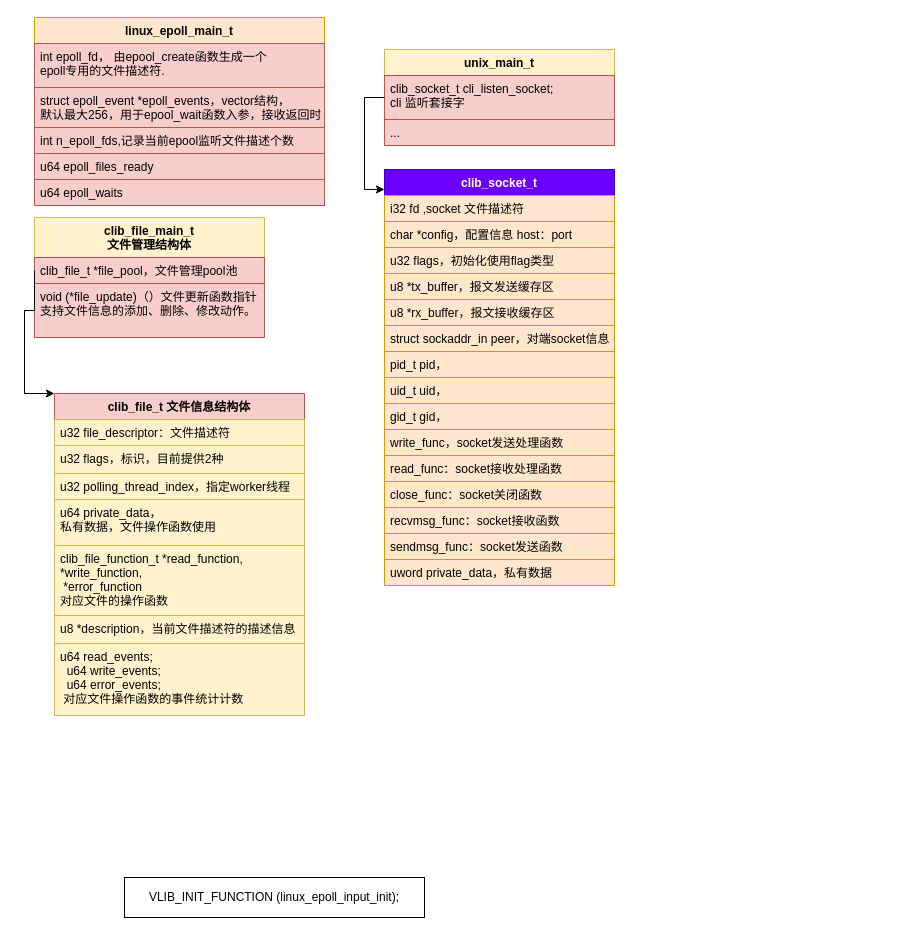
This is new_map/vppinfra_socket.drawio from jin13417/dpdk-vpp-learning, a draw.io file, before an edit. Source tidied: cells renumbered, new cells numbered last; positions are measured from the earlier drawing's top-left corner, leaving out a move shared by most shapes. Both pictures are drawn from the tidied source at 100%, with x=0, y=0 at pixel (24, 17).
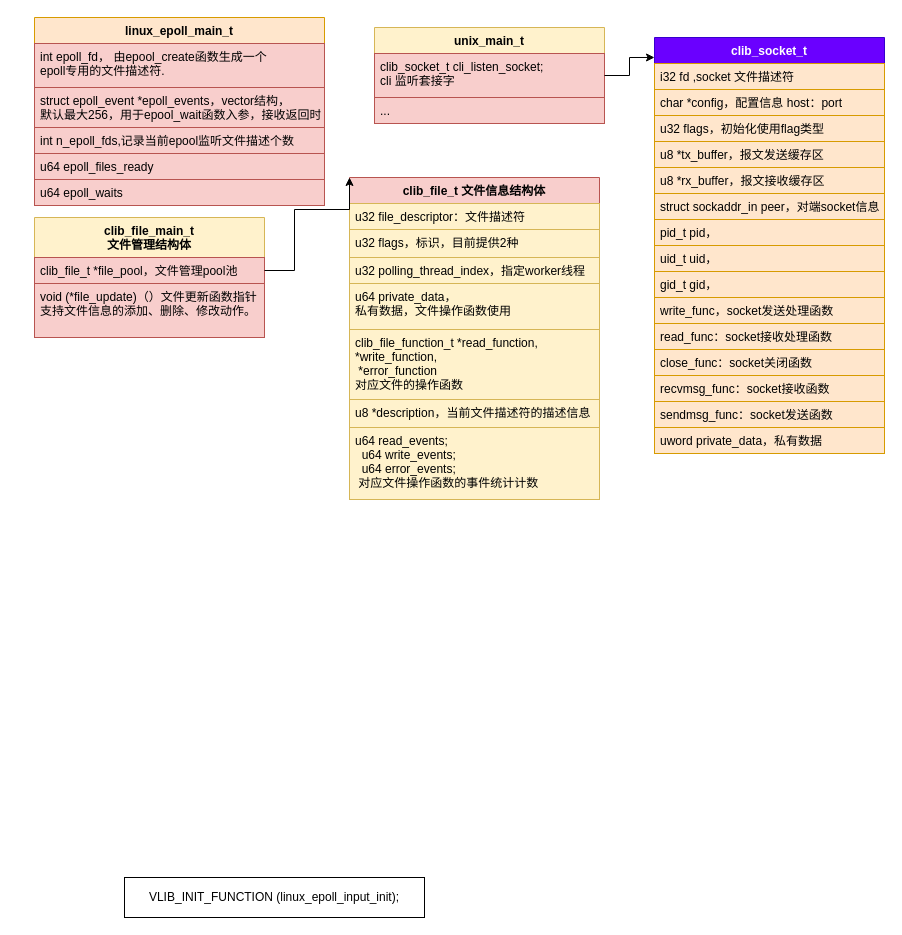
The same page after the edit.

Unchanged cells that the change refers to:
```xml
<mxCell id="25" value="clib_file_t *file_pool，文件管理pool池" style="text;strokeColor=#b85450;fillColor=#f8cecc;align=left;verticalAlign=top;spacingLeft=4;spacingRight=4;overflow=hidden;points=[[0,0.5],[1,0.5]];portConstraint=eastwest;" parent="24" vertex="1">
  <mxGeometry y="40" width="230" height="26" as="geometry" />
</mxCell>
<mxCell id="37" value="clib_socket_t cli_listen_socket;&#10;cli 监听套接字" style="text;strokeColor=#b85450;fillColor=#f8cecc;align=left;verticalAlign=top;spacingLeft=4;spacingRight=4;overflow=hidden;points=[[0,0.5],[1,0.5]];portConstraint=eastwest;" parent="36" vertex="1">
  <mxGeometry y="26" width="230" height="44" as="geometry" />
</mxCell>
```

The edit, as a diff of the source:
```diff
@@
     <mxCell id="2" value="clib_socket_t&#10;" style="swimlane;fontStyle=1;align=center;verticalAlign=top;horizontal=1;startSize=26;fillColor=#6a00ff;strokeColor=#3700CC;fontColor=#ffffff;" parent="1" vertex="1">
-      <mxGeometry x="360" y="152" width="230" height="416" as="geometry" />
+      <mxGeometry x="630" y="20" width="230" height="416" as="geometry" />
     </mxCell>
@@
     <mxCell id="27" value="clib_file_t 文件信息结构体" style="swimlane;fontStyle=1;align=center;verticalAlign=top;horizontal=1;startSize=26;strokeColor=#b85450;fillColor=#f8cecc;" parent="1" vertex="1">
-      <mxGeometry x="30" y="376" width="250" height="322" as="geometry" />
+      <mxGeometry x="325" y="160" width="250" height="322" as="geometry" />
     </mxCell>
@@
-    <mxCell id="35" style="edgeStyle=orthogonalEdgeStyle;rounded=0;jettySize=auto;html=1;exitX=0;exitY=0.5;exitDx=0;exitDy=0;entryX=0;entryY=0;entryDx=0;entryDy=0;" parent="1" edge="1" source="25" target="27">
+    <mxCell id="35" style="edgeStyle=orthogonalEdgeStyle;rounded=0;jettySize=auto;html=1;exitX=1;exitY=0.5;exitDx=0;exitDy=0;entryX=0;entryY=0;entryDx=0;entryDy=0;" parent="1" edge="1" source="25" target="27">
       <mxGeometry relative="1" as="geometry">
         <Array as="points">
-          <mxPoint y="293" />
-          <mxPoint y="376" />
+          <mxPoint x="270" y="253" />
+          <mxPoint x="270" y="192" />
         </Array>
       </mxGeometry>
     </mxCell>
     <mxCell id="36" value="unix_main_t" style="swimlane;fontStyle=1;align=center;verticalAlign=top;horizontal=1;startSize=26;strokeColor=#d6b656;fillColor=#fff2cc;" parent="1" vertex="1">
-      <mxGeometry x="360" y="32" width="230" height="96" as="geometry" />
+      <mxGeometry x="350" y="10" width="230" height="96" as="geometry" />
     </mxCell>
@@
-    <mxCell id="39" style="edgeStyle=orthogonalEdgeStyle;rounded=0;jettySize=auto;html=1;exitX=0;exitY=0.5;exitDx=0;exitDy=0;entryX=0;entryY=0.048;entryDx=0;entryDy=0;entryPerimeter=0;" parent="1" edge="1" source="37" target="2">
+    <mxCell id="39" style="edgeStyle=orthogonalEdgeStyle;rounded=0;jettySize=auto;html=1;entryX=0;entryY=0.048;entryDx=0;entryDy=0;entryPerimeter=0;" parent="1" edge="1" source="37" target="2">
       <mxGeometry relative="1" as="geometry" />
     </mxCell>
```
